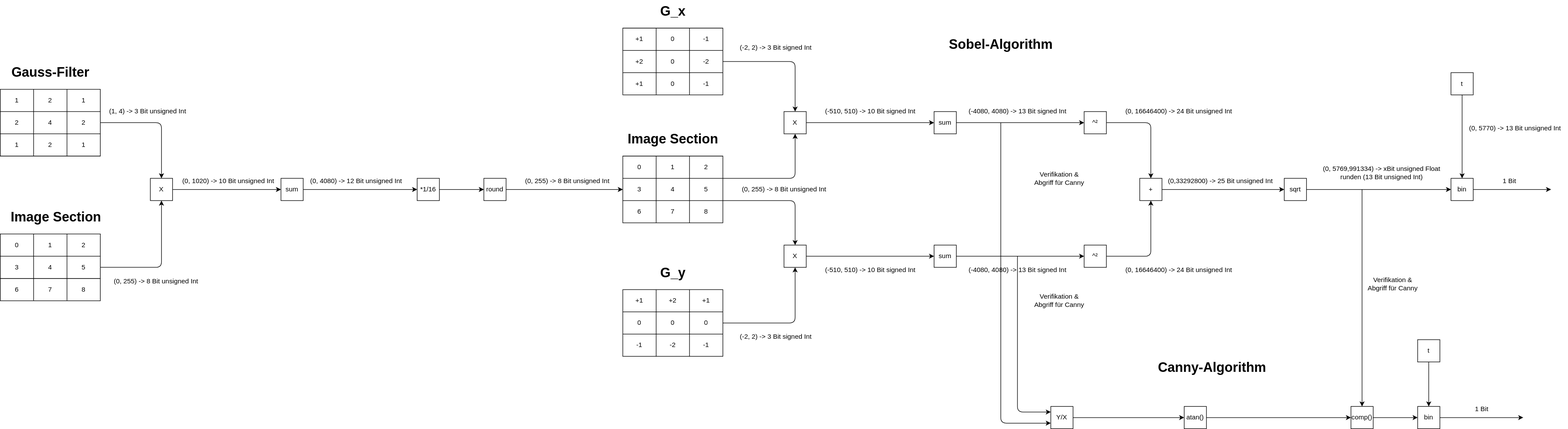
Earlier version of the draw.io export vivado/sobel.drawio.svg (davdav79/Hardware-accelerated-edge-dectection-on-ZedBoard). Source tidied: cells renumbered, new cells last; positions are measured from the earlier drawing's top-left corner, leaving out a move shared by most shapes.
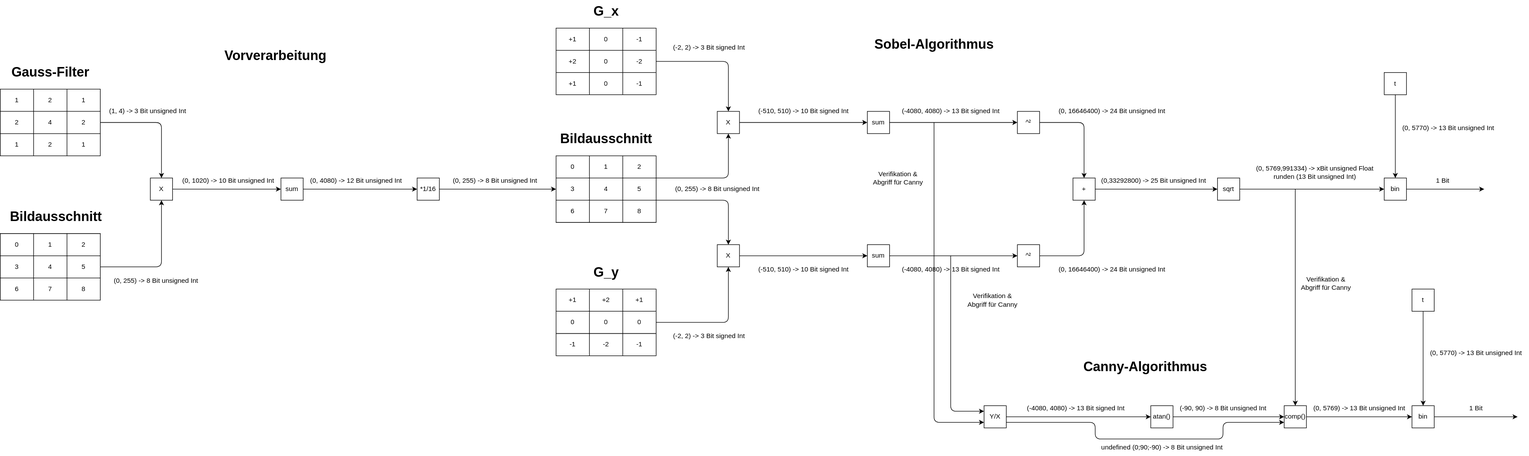
The same diagram one commit later.

Change to the diagram source:
```diff
@@ -131,7 +131,7 @@
     <mxCell id="44" value="8" style="shape=partialRectangle;html=1;whiteSpace=wrap;fillColor=none;top=0;left=0;bottom=0;right=0;overflow=hidden;" parent="41" vertex="1">
       <mxGeometry x="120" width="60" height="40" as="geometry" />
     </mxCell>
-    <mxCell id="45" value="Image Section" style="text;strokeColor=none;fillColor=none;html=1;fontSize=24;fontStyle=1;verticalAlign=middle;align=center;" parent="1" vertex="1">
+    <mxCell id="45" value="Bildausschnitt" style="text;strokeColor=none;fillColor=none;html=1;fontSize=24;fontStyle=1;verticalAlign=middle;align=center;" parent="1" vertex="1">
       <mxGeometry x="1160" y="230" width="100" height="40" as="geometry" />
     </mxCell>
     <mxCell id="46" style="edgeStyle=none;html=1;exitX=1;exitY=0.5;exitDx=0;exitDy=0;entryX=0;entryY=0.5;entryDx=0;entryDy=0;" parent="1" edge="1" source="47" target="55">
@@ -294,7 +294,7 @@
       <mxGeometry x="2010" y="470" width="220" height="30" as="geometry" />
     </mxCell>
     <mxCell id="85" style="shape=table;html=1;whiteSpace=wrap;startSize=0;" parent="1" vertex="1">
-      <mxGeometry y="160" width="180" height="120" as="geometry" />
+      <mxGeometry x="120" y="160" width="180" height="120" as="geometry" />
     </mxCell>
     <mxCell id="86" style="shape=tableRow;horizontal=0;startSize=0;swimlaneHead=0;swimlaneBody=0;top=0;left=0;bottom=0;right=0;fillColor=none;" parent="85" vertex="1">
       <mxGeometry width="180" height="40" as="geometry" />
@@ -333,10 +333,10 @@
       <mxGeometry x="120" width="60" height="40" as="geometry" />
     </mxCell>
     <mxCell id="98" value="Gauss-Filter" style="text;strokeColor=none;fillColor=none;html=1;fontSize=24;fontStyle=1;verticalAlign=middle;align=center;" parent="1" vertex="1">
-      <mxGeometry x="40" y="110" width="100" height="40" as="geometry" />
+      <mxGeometry x="160" y="110" width="100" height="40" as="geometry" />
     </mxCell>
     <mxCell id="99" style="shape=table;html=1;whiteSpace=wrap;startSize=0;" parent="1" vertex="1">
-      <mxGeometry y="420" width="180" height="120" as="geometry" />
+      <mxGeometry x="120" y="420" width="180" height="120" as="geometry" />
     </mxCell>
     <mxCell id="100" style="shape=tableRow;horizontal=0;startSize=0;swimlaneHead=0;swimlaneBody=0;top=0;left=0;bottom=0;right=0;fillColor=none;" parent="99" vertex="1">
       <mxGeometry width="180" height="40" as="geometry" />
@@ -374,62 +374,66 @@
     <mxCell id="111" value="8" style="shape=partialRectangle;html=1;whiteSpace=wrap;fillColor=none;top=0;left=0;bottom=0;right=0;overflow=hidden;" parent="108" vertex="1">
       <mxGeometry x="120" width="60" height="40" as="geometry" />
     </mxCell>
-    <mxCell id="112" value="Image Section" style="text;strokeColor=none;fillColor=none;html=1;fontSize=24;fontStyle=1;verticalAlign=middle;align=center;" parent="1" vertex="1">
-      <mxGeometry x="50" y="370" width="100" height="40" as="geometry" />
+    <mxCell id="112" value="Bildausschnitt" style="text;strokeColor=none;fillColor=none;html=1;fontSize=24;fontStyle=1;verticalAlign=middle;align=center;" parent="1" vertex="1">
+      <mxGeometry x="170" y="370" width="100" height="40" as="geometry" />
     </mxCell>
     <mxCell id="113" style="edgeStyle=none;html=1;entryX=0;entryY=0.5;entryDx=0;entryDy=0;" parent="1" edge="1" source="114" target="142">
       <mxGeometry relative="1" as="geometry" />
     </mxCell>
     <mxCell id="114" value="X" style="whiteSpace=wrap;html=1;" parent="1" vertex="1">
-      <mxGeometry x="270" y="320" width="40" height="40" as="geometry" />
+      <mxGeometry x="390" y="320" width="40" height="40" as="geometry" />
     </mxCell>
-    <mxCell id="115" style="edgeStyle=none;html=1;" parent="1" edge="1" source="116" target="118">
+    <mxCell id="115" style="edgeStyle=none;html=1;entryX=0;entryY=0.5;entryDx=0;entryDy=0;" parent="1" edge="1" source="116" target="37">
       <mxGeometry relative="1" as="geometry" />
     </mxCell>
     <mxCell id="116" value="*1/16" style="whiteSpace=wrap;html=1;" parent="1" vertex="1">
-      <mxGeometry x="750" y="320" width="40" height="40" as="geometry" />
+      <mxGeometry x="870" y="320" width="40" height="40" as="geometry" />
     </mxCell>
-    <mxCell id="117" style="edgeStyle=none;html=1;entryX=0;entryY=0.5;entryDx=0;entryDy=0;" parent="1" edge="1" source="118" target="37">
-      <mxGeometry relative="1" as="geometry" />
-    </mxCell>
-    <mxCell id="118" value="round" style="whiteSpace=wrap;html=1;" parent="1" vertex="1">
-      <mxGeometry x="870" y="320" width="40" height="40" as="geometry" />
-    </mxCell>
     <mxCell id="119" style="edgeStyle=none;html=1;entryX=0.5;entryY=0;entryDx=0;entryDy=0;" parent="1" edge="1" source="90" target="114">
       <mxGeometry relative="1" as="geometry">
         <Array as="points">
-          <mxPoint x="290" y="220" />
+          <mxPoint x="410" y="220" />
         </Array>
       </mxGeometry>
     </mxCell>
     <mxCell id="120" style="edgeStyle=none;html=1;entryX=0.5;entryY=1;entryDx=0;entryDy=0;" parent="1" edge="1" source="104" target="114">
       <mxGeometry relative="1" as="geometry">
         <Array as="points">
-          <mxPoint x="290" y="480" />
+          <mxPoint x="410" y="480" />
         </Array>
       </mxGeometry>
     </mxCell>
     <mxCell id="121" value="(1, 4) -&amp;gt; 3 Bit unsigned Int" style="text;html=1;align=center;verticalAlign=middle;strokeColor=none;fillColor=none;" parent="1" vertex="1">
-      <mxGeometry x="185" y="185" width="160" height="30" as="geometry" />
+      <mxGeometry x="305" y="185" width="160" height="30" as="geometry" />
     </mxCell>
     <mxCell id="122" value="(0, 255) -&amp;gt; 8 Bit unsigned Int" style="text;html=1;align=center;verticalAlign=middle;strokeColor=none;fillColor=none;" parent="1" vertex="1">
-      <mxGeometry x="190" y="490" width="180" height="30" as="geometry" />
+      <mxGeometry x="310" y="490" width="180" height="30" as="geometry" />
     </mxCell>
     <mxCell id="123" value="(0, 4080) -&amp;gt; 12 Bit unsigned Int" style="text;html=1;align=center;verticalAlign=middle;points=[];strokeColor=none;fillColor=none;" parent="1" vertex="1">
-      <mxGeometry x="545" y="310" width="190" height="30" as="geometry" />
+      <mxGeometry x="665" y="310" width="190" height="30" as="geometry" />
     </mxCell>
     <mxCell id="124" value="(0, 255) -&amp;gt; 8 Bit unsigned Int" style="text;html=1;align=center;verticalAlign=middle;strokeColor=none;fillColor=none;" parent="1" vertex="1">
-      <mxGeometry x="930" y="310" width="180" height="30" as="geometry" />
+      <mxGeometry x="920" y="310" width="180" height="30" as="geometry" />
     </mxCell>
     <mxCell id="125" value="Verifikation &amp;amp;&lt;br&gt;Abgriff für Canny" style="text;html=1;align=center;verticalAlign=middle;strokeColor=none;fillColor=none;" parent="1" vertex="1">
       <mxGeometry x="1850" y="520" width="110" height="40" as="geometry" />
     </mxCell>
     <mxCell id="126" value="Verifikation &amp;amp;&lt;br&gt;Abgriff für Canny" style="text;html=1;align=center;verticalAlign=middle;strokeColor=none;fillColor=none;" parent="1" vertex="1">
-      <mxGeometry x="1850" y="300" width="110" height="40" as="geometry" />
+      <mxGeometry x="1680" y="300" width="110" height="40" as="geometry" />
     </mxCell>
     <mxCell id="127" style="edgeStyle=none;html=1;" parent="1" edge="1" source="128" target="130">
       <mxGeometry relative="1" as="geometry" />
     </mxCell>
+    <mxCell id="144" style="edgeStyle=none;html=1;exitX=1;exitY=0.75;exitDx=0;exitDy=0;entryX=0;entryY=0.75;entryDx=0;entryDy=0;" parent="1" edge="1" source="128" target="133">
+      <mxGeometry relative="1" as="geometry">
+        <Array as="points">
+          <mxPoint x="2090" y="760" />
+          <mxPoint x="2090" y="790" />
+          <mxPoint x="2320" y="790" />
+          <mxPoint x="2320" y="760" />
+        </Array>
+      </mxGeometry>
+    </mxCell>
     <mxCell id="128" value="Y/X" style="rounded=0;whiteSpace=wrap;html=1;" parent="1" vertex="1">
       <mxGeometry x="1890" y="730" width="40" height="40" as="geometry" />
     </mxCell>
@@ -437,9 +441,9 @@
       <mxGeometry relative="1" as="geometry" />
     </mxCell>
     <mxCell id="130" value="atan()" style="whiteSpace=wrap;html=1;rounded=0;" parent="1" vertex="1">
-      <mxGeometry x="2130" y="730" width="40" height="40" as="geometry" />
+      <mxGeometry x="2190" y="730" width="40" height="40" as="geometry" />
     </mxCell>
-    <mxCell id="131" value="Canny-Algorithm" style="text;strokeColor=none;fillColor=none;html=1;fontSize=24;fontStyle=1;verticalAlign=middle;align=center;" parent="1" vertex="1">
+    <mxCell id="131" value="Canny-Algorithmus" style="text;strokeColor=none;fillColor=none;html=1;fontSize=24;fontStyle=1;verticalAlign=middle;align=center;" parent="1" vertex="1">
       <mxGeometry x="2130" y="640" width="100" height="40" as="geometry" />
     </mxCell>
     <mxCell id="132" style="edgeStyle=none;html=1;" parent="1" edge="1" source="133" target="136">
@@ -448,25 +452,25 @@
     <mxCell id="133" value="comp()" style="whiteSpace=wrap;html=1;rounded=0;" parent="1" vertex="1">
       <mxGeometry x="2430" y="730" width="40" height="40" as="geometry" />
     </mxCell>
-    <mxCell id="134" value="Sobel-Algorithm" style="text;strokeColor=none;fillColor=none;html=1;fontSize=24;fontStyle=1;verticalAlign=middle;align=center;" parent="1" vertex="1">
+    <mxCell id="134" value="Sobel-Algorithmus" style="text;strokeColor=none;fillColor=none;html=1;fontSize=24;fontStyle=1;verticalAlign=middle;align=center;" parent="1" vertex="1">
       <mxGeometry x="1750" y="60" width="100" height="40" as="geometry" />
     </mxCell>
     <mxCell id="135" style="edgeStyle=none;html=1;entryX=0;entryY=0.5;entryDx=0;entryDy=0;" parent="1" edge="1" source="136">
       <mxGeometry relative="1" as="geometry">
-        <mxPoint x="2740" y="750" as="targetPoint" />
+        <mxPoint x="2850" y="750" as="targetPoint" />
       </mxGeometry>
     </mxCell>
     <mxCell id="136" value="bin" style="whiteSpace=wrap;html=1;rounded=0;" parent="1" vertex="1">
-      <mxGeometry x="2550" y="730" width="40" height="40" as="geometry" />
+      <mxGeometry x="2660" y="730" width="40" height="40" as="geometry" />
     </mxCell>
     <mxCell id="137" style="edgeStyle=none;html=1;" parent="1" edge="1" source="138" target="136">
       <mxGeometry relative="1" as="geometry" />
     </mxCell>
     <mxCell id="138" value="t" style="whiteSpace=wrap;html=1;" parent="1" vertex="1">
-      <mxGeometry x="2550" y="610" width="40" height="40" as="geometry" />
+      <mxGeometry x="2660" y="520" width="40" height="40" as="geometry" />
     </mxCell>
     <mxCell id="139" value="1 Bit" style="text;html=1;align=center;verticalAlign=middle;strokeColor=none;fillColor=none;" parent="1" vertex="1">
-      <mxGeometry x="2640" y="720" width="50" height="30" as="geometry" />
+      <mxGeometry x="2750" y="720" width="50" height="30" as="geometry" />
     </mxCell>
     <mxCell id="140" style="edgeStyle=none;html=1;" parent="1" edge="1" source="142" target="123">
       <mxGeometry relative="1" as="geometry" />
@@ -475,10 +479,28 @@
       <mxGeometry relative="1" as="geometry" />
     </mxCell>
     <mxCell id="142" value="sum" style="whiteSpace=wrap;html=1;" parent="1" vertex="1">
-      <mxGeometry x="505" y="320" width="40" height="40" as="geometry" />
+      <mxGeometry x="625" y="320" width="40" height="40" as="geometry" />
     </mxCell>
     <mxCell id="143" value="(0, 1020) -&amp;gt; 10 Bit unsigned Int" style="text;html=1;align=center;verticalAlign=middle;strokeColor=none;fillColor=none;" parent="1" vertex="1">
-      <mxGeometry x="315" y="310" width="190" height="30" as="geometry" />
+      <mxGeometry x="435" y="310" width="190" height="30" as="geometry" />
     </mxCell>
+    <mxCell id="145" value="(-90, 90) -&amp;gt; 8 Bit unsigned Int" style="text;html=1;align=center;verticalAlign=middle;strokeColor=none;fillColor=none;" parent="1" vertex="1">
+      <mxGeometry x="2230" y="720" width="180" height="30" as="geometry" />
+    </mxCell>
+    <mxCell id="146" value="(0, 5769) -&amp;gt; 13 Bit unsigned Int" style="text;html=1;align=center;verticalAlign=middle;strokeColor=none;fillColor=none;" parent="1" vertex="1">
+      <mxGeometry x="2470" y="720" width="190" height="30" as="geometry" />
+    </mxCell>
+    <mxCell id="147" value="(0, 5770) -&amp;gt; 13 Bit unsigned Int" style="text;html=1;align=center;verticalAlign=middle;strokeColor=none;fillColor=none;" parent="1" vertex="1">
+      <mxGeometry x="2680" y="620" width="190" height="30" as="geometry" />
+    </mxCell>
+    <mxCell id="148" value="(-4080, 4080) -&amp;gt; 13 Bit signed Int" style="text;html=1;align=center;verticalAlign=middle;strokeColor=none;fillColor=none;" parent="1" vertex="1">
+      <mxGeometry x="1955" y="720" width="200" height="30" as="geometry" />
+    </mxCell>
+    <mxCell id="149" value="undefined (0;90;-90) -&amp;gt; 8 Bit unsigned Int" style="text;html=1;align=center;verticalAlign=middle;strokeColor=none;fillColor=none;" parent="1" vertex="1">
+      <mxGeometry x="2090" y="790" width="240" height="30" as="geometry" />
+    </mxCell>
+    <mxCell id="150" value="Vorverarbeitung" style="text;strokeColor=none;fillColor=none;html=1;fontSize=24;fontStyle=1;verticalAlign=middle;align=center;" parent="1" vertex="1">
+      <mxGeometry x="565" y="80" width="100" height="40" as="geometry" />
+    </mxCell>
   </root>
 </mxGraphModel>
```
